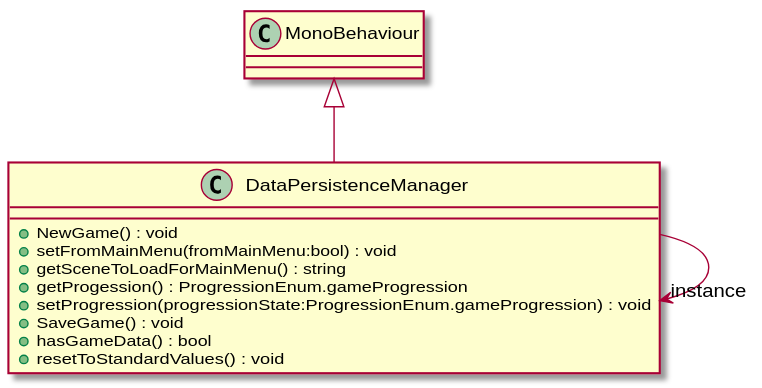
Earlier version of the PlantUML export UML/SaveAndLoad/DataPersistenceManager.svg (robinsuurs/Mallow_Mysterie).
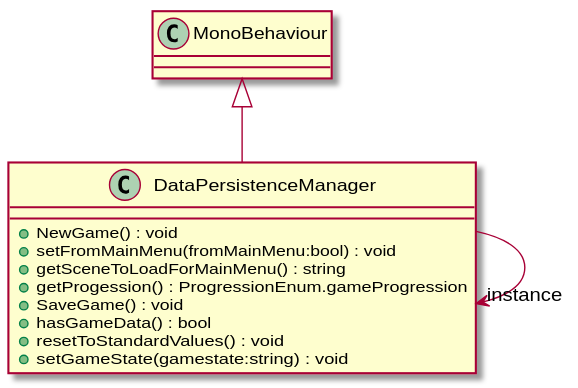
Later version of the same file.

What changed in the source:
```diff
@@ -4,10 +4,10 @@
     + setFromMainMenu(fromMainMenu:bool) : void
     + getSceneToLoadForMainMenu() : string
     + getProgession() : ProgressionEnum.gameProgression
-    + setProgression(progressionState:ProgressionEnum.gameProgression) : void
     + SaveGame() : void
     + hasGameData() : bool
     + resetToStandardValues() : void
+    + setGameState(gamestate:string) : void
 }
 MonoBehaviour <|-- DataPersistenceManager
 DataPersistenceManager --> "instance" DataPersistenceManager
```
